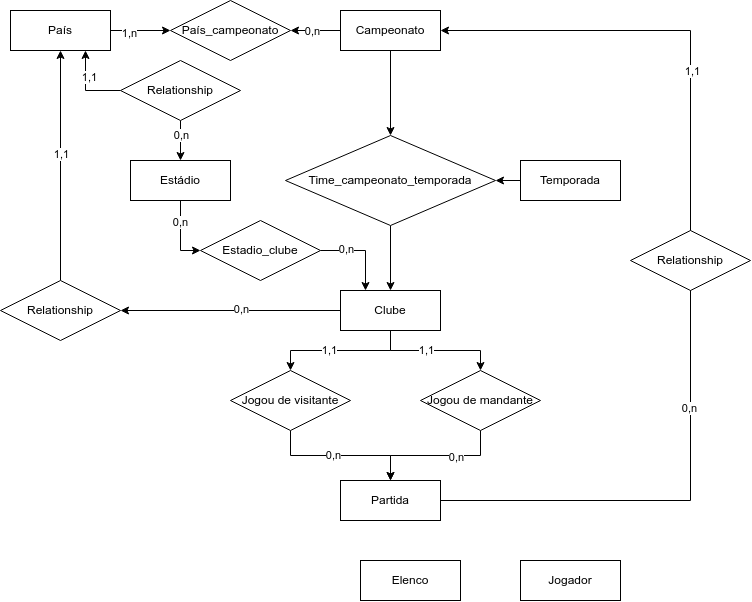
Earlier version of the draw.io export diagramas/database/modelagem.png (b4ra0/futeba). Source tidied: cells renumbered, new cells last; positions are measured from the earlier drawing's top-left corner, leaving out a move shared by most shapes.
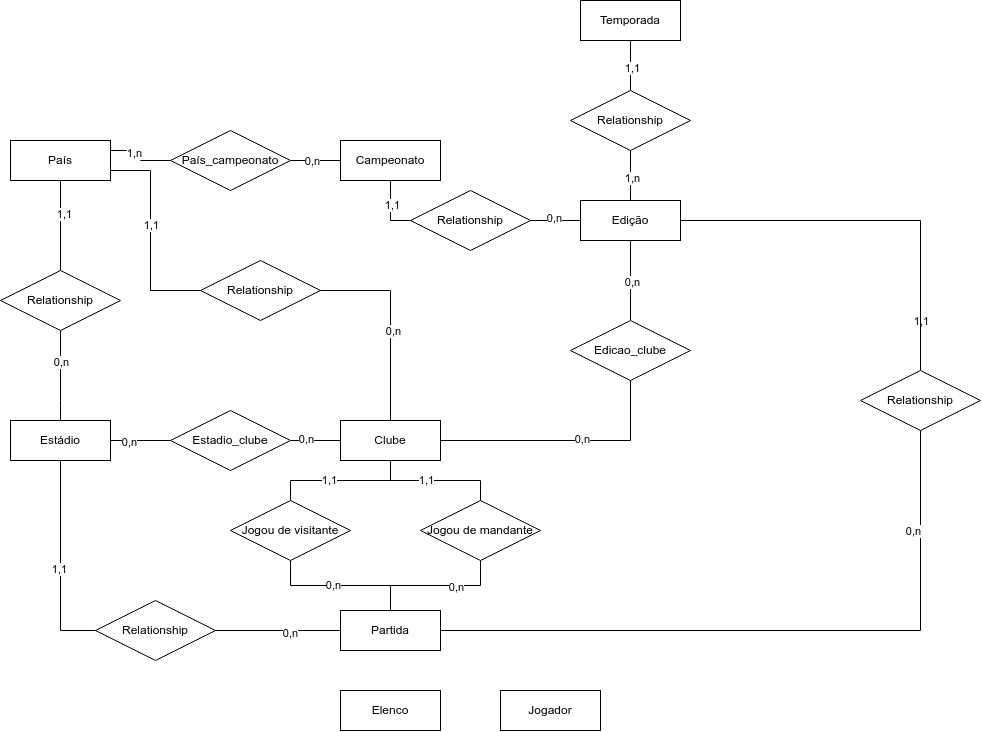
The same file after the commit.

Commit message:
Alterações da relação das edições de campeonato

What changed in the source:
```diff
@@ -2,7 +2,7 @@
   <root>
     <mxCell id="0" />
     <mxCell id="1" parent="0" />
-    <mxCell id="2" style="edgeStyle=orthogonalEdgeStyle;rounded=0;jettySize=auto;html=1;" parent="1" edge="1" source="4" target="7">
+    <mxCell id="2" style="edgeStyle=orthogonalEdgeStyle;rounded=0;jettySize=auto;html=1;endArrow=none;endFill=0;exitX=1;exitY=0.25;exitDx=0;exitDy=0;" parent="1" edge="1" source="4" target="7">
       <mxGeometry relative="1" as="geometry" />
     </mxCell>
     <mxCell id="3" value="1,n" style="edgeLabel;html=1;align=center;verticalAlign=middle;" parent="2" vertex="1">
@@ -11,16 +11,23 @@
     <mxCell id="4" value="País" style="whiteSpace=wrap;html=1;align=center;" parent="1" vertex="1">
       <mxGeometry x="10" y="10" width="100" height="40" as="geometry" />
     </mxCell>
-    <mxCell id="5" style="edgeStyle=orthogonalEdgeStyle;rounded=0;jettySize=auto;html=1;entryX=0.5;entryY=0;entryDx=0;entryDy=0;" parent="1" edge="1" source="6" target="13">
-      <mxGeometry relative="1" as="geometry" />
-    </mxCell>
+    <mxCell id="48" style="edgeStyle=orthogonalEdgeStyle;rounded=0;jettySize=auto;html=1;entryX=0;entryY=0.5;entryDx=0;entryDy=0;endArrow=none;endFill=0;" parent="1" edge="1" source="6" target="63">
+      <mxGeometry relative="1" as="geometry">
+        <Array as="points">
+          <mxPoint x="390" y="90" />
+        </Array>
+      </mxGeometry>
+    </mxCell>
+    <mxCell id="49" value="1,1" style="edgeLabel;html=1;align=center;verticalAlign=middle;" parent="48" vertex="1">
+      <mxGeometry x="-0.2" y="1" relative="1" as="geometry" />
+    </mxCell>
     <mxCell id="6" value="Campeonato" style="whiteSpace=wrap;html=1;align=center;" parent="1" vertex="1">
       <mxGeometry x="340" y="10" width="100" height="40" as="geometry" />
     </mxCell>
     <mxCell id="7" value="País_campeonato" style="shape=rhombus;perimeter=rhombusPerimeter;whiteSpace=wrap;html=1;align=center;" parent="1" vertex="1">
       <mxGeometry x="170" width="120" height="60" as="geometry" />
     </mxCell>
-    <mxCell id="8" style="edgeStyle=orthogonalEdgeStyle;rounded=0;jettySize=auto;html=1;exitX=0;exitY=0.5;exitDx=0;exitDy=0;" parent="1" edge="1" source="6" target="7">
+    <mxCell id="8" style="edgeStyle=orthogonalEdgeStyle;rounded=0;jettySize=auto;html=1;exitX=0;exitY=0.5;exitDx=0;exitDy=0;endArrow=none;endFill=0;" parent="1" edge="1" source="6" target="7">
       <mxGeometry relative="1" as="geometry" />
     </mxCell>
     <mxCell id="9" value="0,n" style="edgeLabel;html=1;align=center;verticalAlign=middle;" parent="8" vertex="1">
@@ -28,66 +35,81 @@
         <mxPoint y="3" as="offset" />
       </mxGeometry>
     </mxCell>
-    <mxCell id="10" style="edgeStyle=orthogonalEdgeStyle;rounded=0;jettySize=auto;html=1;entryX=1;entryY=0.5;entryDx=0;entryDy=0;" parent="1" edge="1" source="11" target="13">
-      <mxGeometry relative="1" as="geometry" />
-    </mxCell>
+    <mxCell id="50" style="edgeStyle=orthogonalEdgeStyle;rounded=0;jettySize=auto;html=1;entryX=0.5;entryY=0;entryDx=0;entryDy=0;endArrow=none;endFill=0;" parent="1" edge="1" source="11" target="66">
+      <mxGeometry relative="1" as="geometry" />
+    </mxCell>
+    <mxCell id="51" value="1,1" style="edgeLabel;html=1;align=center;verticalAlign=middle;" parent="50" vertex="1">
+      <mxGeometry x="0.07" y="1" relative="1" as="geometry" />
+    </mxCell>
     <mxCell id="11" value="Temporada" style="whiteSpace=wrap;html=1;align=center;" parent="1" vertex="1">
-      <mxGeometry x="520" y="160" width="100" height="40" as="geometry" />
+      <mxGeometry x="580" y="-130" width="100" height="40" as="geometry" />
     </mxCell>
-    <mxCell id="12" style="edgeStyle=orthogonalEdgeStyle;rounded=0;jettySize=auto;html=1;entryX=0.5;entryY=0;entryDx=0;entryDy=0;" parent="1" edge="1" source="13" target="20">
-      <mxGeometry relative="1" as="geometry" />
-    </mxCell>
-    <mxCell id="13" value="Time_campeonato_temporada" style="shape=rhombus;perimeter=rhombusPerimeter;whiteSpace=wrap;html=1;align=center;" parent="1" vertex="1">
-      <mxGeometry x="285" y="135" width="210" height="90" as="geometry" />
-    </mxCell>
-    <mxCell id="14" style="edgeStyle=orthogonalEdgeStyle;rounded=0;jettySize=auto;html=1;" parent="1" edge="1" source="20" target="23">
-      <mxGeometry relative="1" as="geometry" />
+    <mxCell id="14" style="edgeStyle=orthogonalEdgeStyle;rounded=0;jettySize=auto;html=1;endArrow=none;endFill=0;entryX=1;entryY=0.5;entryDx=0;entryDy=0;exitX=0.5;exitY=0;exitDx=0;exitDy=0;" parent="1" edge="1" source="20" target="23">
+      <mxGeometry relative="1" as="geometry">
+        <Array as="points">
+          <mxPoint x="390" y="160" />
+        </Array>
+      </mxGeometry>
     </mxCell>
     <mxCell id="15" value="0,n" style="edgeLabel;html=1;align=center;verticalAlign=middle;" parent="14" vertex="1">
       <mxGeometry x="-0.1" y="-2" relative="1" as="geometry" />
     </mxCell>
-    <mxCell id="16" style="edgeStyle=orthogonalEdgeStyle;rounded=0;jettySize=auto;html=1;entryX=0.5;entryY=0;entryDx=0;entryDy=0;" parent="1" edge="1" source="20" target="30">
+    <mxCell id="16" style="edgeStyle=orthogonalEdgeStyle;rounded=0;jettySize=auto;html=1;entryX=0.5;entryY=0;entryDx=0;entryDy=0;endArrow=none;endFill=0;" parent="1" edge="1" source="20" target="30">
       <mxGeometry relative="1" as="geometry" />
     </mxCell>
     <mxCell id="17" value="1,1" style="edgeLabel;html=1;align=center;verticalAlign=middle;" parent="16" vertex="1">
       <mxGeometry x="0.17" y="-1" relative="1" as="geometry" />
     </mxCell>
-    <mxCell id="18" style="edgeStyle=orthogonalEdgeStyle;rounded=0;jettySize=auto;html=1;" parent="1" edge="1" source="20" target="33">
+    <mxCell id="18" style="edgeStyle=orthogonalEdgeStyle;rounded=0;jettySize=auto;html=1;endArrow=none;endFill=0;entryX=0.5;entryY=0;entryDx=0;entryDy=0;exitX=0.5;exitY=1;exitDx=0;exitDy=0;" parent="1" edge="1" source="20" target="33">
       <mxGeometry relative="1" as="geometry" />
     </mxCell>
     <mxCell id="19" value="1,1" style="edgeLabel;html=1;align=center;verticalAlign=middle;" parent="18" vertex="1">
       <mxGeometry x="-0.14" y="1" relative="1" as="geometry" />
     </mxCell>
+    <mxCell id="52" style="edgeStyle=orthogonalEdgeStyle;rounded=0;jettySize=auto;html=1;entryX=0.5;entryY=1;entryDx=0;entryDy=0;endArrow=none;endFill=0;exitX=1;exitY=0.5;exitDx=0;exitDy=0;" parent="1" edge="1" source="20" target="69">
+      <mxGeometry relative="1" as="geometry" />
+    </mxCell>
+    <mxCell id="53" value="0,n" style="edgeLabel;html=1;align=center;verticalAlign=middle;" parent="52" vertex="1">
+      <mxGeometry x="0.13" y="2" relative="1" as="geometry" />
+    </mxCell>
     <mxCell id="20" value="Clube" style="whiteSpace=wrap;html=1;align=center;" parent="1" vertex="1">
       <mxGeometry x="340" y="290" width="100" height="40" as="geometry" />
     </mxCell>
-    <mxCell id="21" style="edgeStyle=orthogonalEdgeStyle;rounded=0;jettySize=auto;html=1;" parent="1" edge="1" source="23" target="4">
-      <mxGeometry relative="1" as="geometry" />
+    <mxCell id="21" style="edgeStyle=orthogonalEdgeStyle;rounded=0;jettySize=auto;html=1;endArrow=none;endFill=0;exitX=0;exitY=0.5;exitDx=0;exitDy=0;entryX=1;entryY=0.75;entryDx=0;entryDy=0;" parent="1" edge="1" source="23" target="4">
+      <mxGeometry relative="1" as="geometry">
+        <Array as="points">
+          <mxPoint x="150" y="160" />
+          <mxPoint x="150" y="40" />
+        </Array>
+      </mxGeometry>
     </mxCell>
     <mxCell id="22" value="1,1" style="edgeLabel;html=1;align=center;verticalAlign=middle;" parent="21" vertex="1">
       <mxGeometry x="0.1" relative="1" as="geometry" />
     </mxCell>
     <mxCell id="23" value="Relationship" style="shape=rhombus;perimeter=rhombusPerimeter;whiteSpace=wrap;html=1;align=center;" parent="1" vertex="1">
-      <mxGeometry y="280" width="120" height="60" as="geometry" />
+      <mxGeometry x="200" y="130" width="120" height="60" as="geometry" />
     </mxCell>
-    <mxCell id="24" style="edgeStyle=orthogonalEdgeStyle;rounded=0;jettySize=auto;html=1;entryX=1;entryY=0.5;entryDx=0;entryDy=0;" parent="1" edge="1" source="27" target="6">
+    <mxCell id="24" style="edgeStyle=orthogonalEdgeStyle;rounded=0;jettySize=auto;html=1;entryX=0.5;entryY=1;entryDx=0;entryDy=0;endArrow=none;endFill=0;exitX=1;exitY=0.5;exitDx=0;exitDy=0;" parent="1" edge="1" source="27" target="39">
       <mxGeometry relative="1" as="geometry">
         <Array as="points">
-          <mxPoint x="690" y="500" />
-          <mxPoint x="690" y="30" />
+          <mxPoint x="920" y="500" />
         </Array>
       </mxGeometry>
     </mxCell>
     <mxCell id="25" value="1,1" style="edgeLabel;html=1;align=center;verticalAlign=middle;" parent="24" vertex="1">
-      <mxGeometry x="0.4" y="-1" relative="1" as="geometry" />
+      <mxGeometry x="0.4" y="-1" relative="1" as="geometry">
+        <mxPoint x="3" y="-311" as="offset" />
+      </mxGeometry>
     </mxCell>
     <mxCell id="26" value="0,n" style="edgeLabel;html=1;align=center;verticalAlign=middle;" parent="24" vertex="1">
-      <mxGeometry x="-0.29" y="2" relative="1" as="geometry" />
+      <mxGeometry x="-0.29" y="2" relative="1" as="geometry">
+        <mxPoint x="232" y="-98" as="offset" />
+      </mxGeometry>
     </mxCell>
     <mxCell id="27" value="Partida" style="whiteSpace=wrap;html=1;align=center;" parent="1" vertex="1">
       <mxGeometry x="340" y="480" width="100" height="40" as="geometry" />
     </mxCell>
-    <mxCell id="28" style="edgeStyle=orthogonalEdgeStyle;rounded=0;jettySize=auto;html=1;" parent="1" edge="1" source="30" target="27">
+    <mxCell id="28" style="edgeStyle=orthogonalEdgeStyle;rounded=0;jettySize=auto;html=1;endArrow=none;endFill=0;" parent="1" edge="1" source="30" target="27">
       <mxGeometry relative="1" as="geometry" />
     </mxCell>
     <mxCell id="29" value="0,n" style="edgeLabel;html=1;align=center;verticalAlign=middle;" parent="28" vertex="1">
@@ -96,7 +118,7 @@
     <mxCell id="30" value="Jogou de visitante" style="shape=rhombus;perimeter=rhombusPerimeter;whiteSpace=wrap;html=1;align=center;" parent="1" vertex="1">
       <mxGeometry x="230" y="370" width="120" height="60" as="geometry" />
     </mxCell>
-    <mxCell id="31" style="edgeStyle=orthogonalEdgeStyle;rounded=0;jettySize=auto;html=1;" parent="1" edge="1" source="33" target="27">
+    <mxCell id="31" style="edgeStyle=orthogonalEdgeStyle;rounded=0;jettySize=auto;html=1;endArrow=none;endFill=0;entryX=0.5;entryY=0;entryDx=0;entryDy=0;exitX=0.5;exitY=1;exitDx=0;exitDy=0;" parent="1" edge="1" source="33" target="27">
       <mxGeometry relative="1" as="geometry" />
     </mxCell>
     <mxCell id="32" value="0,n" style="edgeLabel;html=1;align=center;verticalAlign=middle;" parent="31" vertex="1">
@@ -106,46 +128,108 @@
       <mxGeometry x="420" y="370" width="120" height="60" as="geometry" />
     </mxCell>
     <mxCell id="34" value="Elenco" style="whiteSpace=wrap;html=1;align=center;" parent="1" vertex="1">
-      <mxGeometry x="360" y="560" width="100" height="40" as="geometry" />
+      <mxGeometry x="340" y="560" width="100" height="40" as="geometry" />
     </mxCell>
     <mxCell id="35" value="Jogador" style="whiteSpace=wrap;html=1;align=center;" parent="1" vertex="1">
-      <mxGeometry x="520" y="560" width="100" height="40" as="geometry" />
+      <mxGeometry x="500" y="560" width="100" height="40" as="geometry" />
     </mxCell>
-    <mxCell id="36" style="edgeStyle=orthogonalEdgeStyle;rounded=0;jettySize=auto;html=1;entryX=0;entryY=0.5;entryDx=0;entryDy=0;" parent="1" edge="1" source="38" target="42">
+    <mxCell id="36" style="edgeStyle=orthogonalEdgeStyle;rounded=0;jettySize=auto;html=1;entryX=0;entryY=0.5;entryDx=0;entryDy=0;endArrow=none;endFill=0;" parent="1" edge="1" source="38" target="42">
       <mxGeometry relative="1" as="geometry" />
     </mxCell>
     <mxCell id="37" value="0,n" style="edgeLabel;html=1;align=center;verticalAlign=middle;" parent="36" vertex="1">
       <mxGeometry x="-0.4" y="-1" relative="1" as="geometry" />
     </mxCell>
+    <mxCell id="54" style="edgeStyle=orthogonalEdgeStyle;rounded=0;jettySize=auto;html=1;exitX=0.5;exitY=1;exitDx=0;exitDy=0;entryX=0;entryY=0.5;entryDx=0;entryDy=0;endArrow=none;endFill=0;" parent="1" edge="1" source="38" target="59">
+      <mxGeometry relative="1" as="geometry">
+        <Array as="points">
+          <mxPoint x="60" y="500" />
+        </Array>
+      </mxGeometry>
+    </mxCell>
+    <mxCell id="55" value="1,1" style="edgeLabel;html=1;align=center;verticalAlign=middle;" parent="54" vertex="1">
+      <mxGeometry x="0.06" y="-2" relative="1" as="geometry" />
+    </mxCell>
     <mxCell id="38" value="Estádio" style="whiteSpace=wrap;html=1;align=center;" parent="1" vertex="1">
-      <mxGeometry x="130" y="160" width="100" height="40" as="geometry" />
+      <mxGeometry x="10" y="290" width="100" height="40" as="geometry" />
     </mxCell>
+    <mxCell id="56" style="edgeStyle=orthogonalEdgeStyle;rounded=0;jettySize=auto;html=1;entryX=1;entryY=0.5;entryDx=0;entryDy=0;endArrow=none;endFill=0;exitX=0.5;exitY=0;exitDx=0;exitDy=0;" parent="1" edge="1" source="39" target="60">
+      <mxGeometry relative="1" as="geometry">
+        <Array as="points">
+          <mxPoint x="920" y="90" />
+        </Array>
+      </mxGeometry>
+    </mxCell>
     <mxCell id="39" value="Relationship" style="shape=rhombus;perimeter=rhombusPerimeter;whiteSpace=wrap;html=1;align=center;" parent="1" vertex="1">
-      <mxGeometry x="630" y="230" width="120" height="60" as="geometry" />
+      <mxGeometry x="860" y="240" width="120" height="60" as="geometry" />
     </mxCell>
-    <mxCell id="40" style="edgeStyle=orthogonalEdgeStyle;rounded=0;jettySize=auto;html=1;entryX=0.25;entryY=0;entryDx=0;entryDy=0;" parent="1" edge="1" source="42" target="20">
+    <mxCell id="40" style="edgeStyle=orthogonalEdgeStyle;rounded=0;jettySize=auto;html=1;entryX=0;entryY=0.5;entryDx=0;entryDy=0;endArrow=none;endFill=0;" parent="1" edge="1" source="42" target="20">
       <mxGeometry relative="1" as="geometry" />
     </mxCell>
     <mxCell id="41" value="0,n" style="edgeLabel;html=1;align=center;verticalAlign=middle;" parent="40" vertex="1">
       <mxGeometry x="-0.39" y="2" relative="1" as="geometry" />
     </mxCell>
     <mxCell id="42" value="Estadio_clube" style="shape=rhombus;perimeter=rhombusPerimeter;whiteSpace=wrap;html=1;align=center;" parent="1" vertex="1">
-      <mxGeometry x="200" y="220" width="120" height="60" as="geometry" />
+      <mxGeometry x="170" y="280" width="120" height="60" as="geometry" />
     </mxCell>
-    <mxCell id="43" style="edgeStyle=orthogonalEdgeStyle;rounded=0;jettySize=auto;html=1;entryX=0.5;entryY=0;entryDx=0;entryDy=0;" parent="1" edge="1" source="47" target="38">
-      <mxGeometry relative="1" as="geometry" />
+    <mxCell id="43" style="edgeStyle=orthogonalEdgeStyle;rounded=0;jettySize=auto;html=1;entryX=0.5;entryY=0;entryDx=0;entryDy=0;endArrow=none;endFill=0;" parent="1" edge="1" source="47" target="38">
+      <mxGeometry relative="1" as="geometry">
+        <Array as="points">
+          <mxPoint x="60" y="270" />
+        </Array>
+      </mxGeometry>
     </mxCell>
     <mxCell id="44" value="0,n" style="edgeLabel;html=1;align=center;verticalAlign=middle;" parent="43" vertex="1">
       <mxGeometry x="-0.3" relative="1" as="geometry" />
     </mxCell>
-    <mxCell id="45" style="edgeStyle=orthogonalEdgeStyle;rounded=0;jettySize=auto;html=1;entryX=0.75;entryY=1;entryDx=0;entryDy=0;" parent="1" edge="1" source="47" target="4">
+    <mxCell id="45" style="edgeStyle=orthogonalEdgeStyle;rounded=0;jettySize=auto;html=1;entryX=0.5;entryY=1;entryDx=0;entryDy=0;endArrow=none;endFill=0;" parent="1" edge="1" source="47" target="4">
       <mxGeometry relative="1" as="geometry" />
     </mxCell>
     <mxCell id="46" value="1,1" style="edgeLabel;html=1;align=center;verticalAlign=middle;" parent="45" vertex="1">
       <mxGeometry x="0.28" y="-3" relative="1" as="geometry" />
     </mxCell>
     <mxCell id="47" value="Relationship" style="shape=rhombus;perimeter=rhombusPerimeter;whiteSpace=wrap;html=1;align=center;" parent="1" vertex="1">
-      <mxGeometry x="120" y="60" width="120" height="60" as="geometry" />
+      <mxGeometry y="140" width="120" height="60" as="geometry" />
     </mxCell>
+    <mxCell id="57" style="edgeStyle=orthogonalEdgeStyle;rounded=0;jettySize=auto;html=1;entryX=0;entryY=0.5;entryDx=0;entryDy=0;endArrow=none;endFill=0;" parent="1" edge="1" source="59" target="27">
+      <mxGeometry relative="1" as="geometry" />
+    </mxCell>
+    <mxCell id="58" value="0,n" style="edgeLabel;html=1;align=center;verticalAlign=middle;" parent="57" vertex="1">
+      <mxGeometry x="0.19" y="-2" relative="1" as="geometry" />
+    </mxCell>
+    <mxCell id="59" value="Relationship" style="shape=rhombus;perimeter=rhombusPerimeter;whiteSpace=wrap;html=1;align=center;" parent="1" vertex="1">
+      <mxGeometry x="95" y="470" width="120" height="60" as="geometry" />
+    </mxCell>
+    <mxCell id="60" value="Edição" style="whiteSpace=wrap;html=1;align=center;" parent="1" vertex="1">
+      <mxGeometry x="580" y="70" width="100" height="40" as="geometry" />
+    </mxCell>
+    <mxCell id="61" style="edgeStyle=orthogonalEdgeStyle;rounded=0;jettySize=auto;html=1;entryX=0;entryY=0.5;entryDx=0;entryDy=0;endArrow=none;endFill=0;exitX=1;exitY=0.5;exitDx=0;exitDy=0;" parent="1" edge="1" source="63" target="60">
+      <mxGeometry relative="1" as="geometry" />
+    </mxCell>
+    <mxCell id="62" value="0,n" style="edgeLabel;html=1;align=center;verticalAlign=middle;" parent="61" vertex="1">
+      <mxGeometry x="-0.1" relative="1" as="geometry">
+        <mxPoint y="-3" as="offset" />
+      </mxGeometry>
+    </mxCell>
+    <mxCell id="63" value="Relationship" style="shape=rhombus;perimeter=rhombusPerimeter;whiteSpace=wrap;html=1;align=center;" parent="1" vertex="1">
+      <mxGeometry x="410" y="60" width="120" height="60" as="geometry" />
+    </mxCell>
+    <mxCell id="64" style="edgeStyle=orthogonalEdgeStyle;rounded=0;jettySize=auto;html=1;entryX=0.5;entryY=0;entryDx=0;entryDy=0;endArrow=none;endFill=0;" parent="1" edge="1" source="66" target="60">
+      <mxGeometry relative="1" as="geometry" />
+    </mxCell>
+    <mxCell id="65" value="1,n" style="edgeLabel;html=1;align=center;verticalAlign=middle;" parent="64" vertex="1">
+      <mxGeometry x="0.08" y="1" relative="1" as="geometry" />
+    </mxCell>
+    <mxCell id="66" value="Relationship" style="shape=rhombus;perimeter=rhombusPerimeter;whiteSpace=wrap;html=1;align=center;" parent="1" vertex="1">
+      <mxGeometry x="570" y="-40" width="120" height="60" as="geometry" />
+    </mxCell>
+    <mxCell id="67" style="edgeStyle=orthogonalEdgeStyle;rounded=0;jettySize=auto;html=1;entryX=0.5;entryY=1;entryDx=0;entryDy=0;endArrow=none;endFill=0;exitX=0.5;exitY=0;exitDx=0;exitDy=0;" parent="1" edge="1" source="69" target="60">
+      <mxGeometry relative="1" as="geometry" />
+    </mxCell>
+    <mxCell id="68" value="0,n" style="edgeLabel;html=1;align=center;verticalAlign=middle;" parent="67" vertex="1">
+      <mxGeometry x="-0.02" y="-1" relative="1" as="geometry" />
+    </mxCell>
+    <mxCell id="69" value="Edicao_clube" style="shape=rhombus;perimeter=rhombusPerimeter;whiteSpace=wrap;html=1;align=center;" parent="1" vertex="1">
+      <mxGeometry x="570" y="190" width="120" height="60" as="geometry" />
+    </mxCell>
   </root>
 </mxGraphModel>
```
